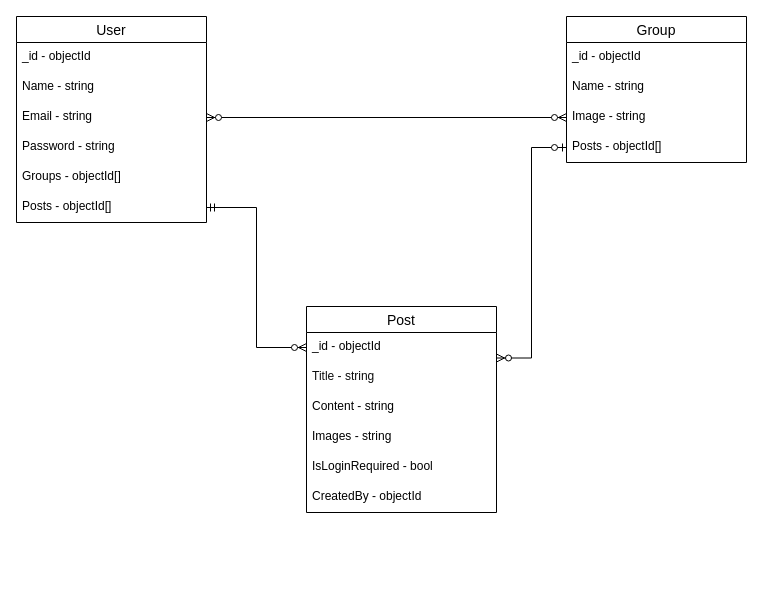
Earlier version of the draw.io diagram attachments/BD2_ER.drawio (EI-2020-Work-Group/BD2-Projeto). Source tidied: cells renumbered, new cells numbered last; positions are measured from the earlier drawing's top-left corner, leaving out a move shared by most shapes. Both pictures are drawn from the tidied source at 100%, with x=0, y=0 at pixel (16, 16).
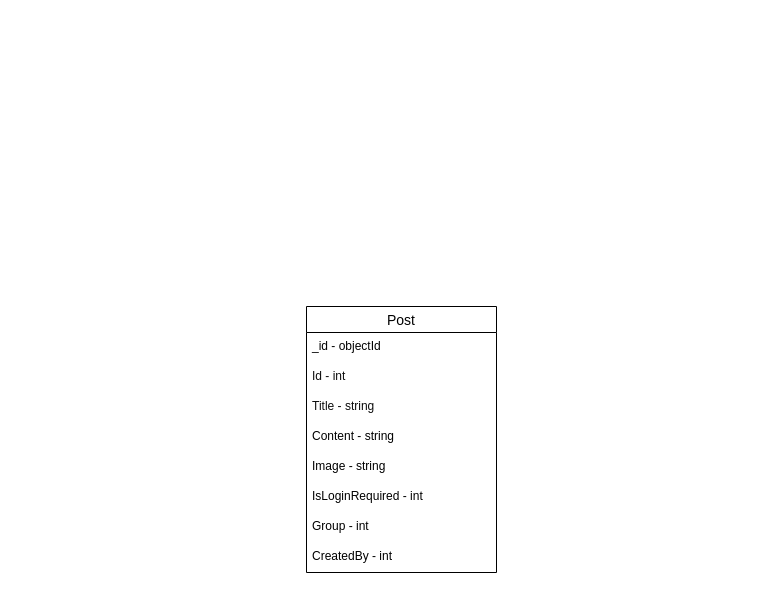
The same page after the edit.

Unchanged cells that the change refers to:
```xml
<mxCell id="16" value="_id - objectId" style="text;strokeColor=none;fillColor=none;spacingLeft=4;spacingRight=4;overflow=hidden;points=[[0,0.5],[1,0.5]];portConstraint=eastwest;fontSize=12;fontStyle=0;" parent="15" vertex="1">
  <mxGeometry y="26" width="190" height="30" as="geometry" />
</mxCell>
```

The edit, as a diff of the source:
```diff
@@
-    <mxCell id="2" value="User" style="swimlane;fontStyle=0;horizontal=1;startSize=26;align=center;fontSize=14;" parent="1" vertex="1">
-      <mxGeometry width="190" height="206" as="geometry" />
-    </mxCell>
-    <mxCell id="3" value="_id - objectId" style="text;strokeColor=none;fillColor=none;spacingLeft=4;spacingRight=4;overflow=hidden;fontSize=12;fontStyle=0;" parent="2" vertex="1">
-      <mxGeometry y="26" width="190" height="30" as="geometry" />
-    </mxCell>
-    <mxCell id="4" value="Name - string" style="text;strokeColor=none;fillColor=none;spacingLeft=4;spacingRight=4;overflow=hidden;fontSize=12;" parent="2" vertex="1">
-      <mxGeometry y="56" width="190" height="30" as="geometry" />
-    </mxCell>
-    <mxCell id="5" value="Email - string" style="text;strokeColor=none;fillColor=none;spacingLeft=4;spacingRight=4;overflow=hidden;points=[[0,0.5],[1,0.5]];portConstraint=eastwest;fontSize=12;" parent="2" vertex="1">
-      <mxGeometry y="86" width="190" height="30" as="geometry" />
-    </mxCell>
-    <mxCell id="6" value="Password - string" style="text;strokeColor=none;fillColor=none;spacingLeft=4;spacingRight=4;overflow=hidden;fontSize=12;" parent="2" vertex="1">
-      <mxGeometry y="116" width="190" height="30" as="geometry" />
-    </mxCell>
-    <mxCell id="7" value="Groups - objectId[]" style="text;strokeColor=none;fillColor=none;spacingLeft=4;spacingRight=4;overflow=hidden;fontSize=12;" parent="2" vertex="1">
-      <mxGeometry y="146" width="190" height="30" as="geometry" />
-    </mxCell>
-    <mxCell id="8" value="Posts - objectId[]" style="text;strokeColor=none;fillColor=none;spacingLeft=4;spacingRight=4;overflow=hidden;points=[[0,0.5],[1,0.5]];portConstraint=eastwest;fontSize=12;" parent="2" vertex="1">
-      <mxGeometry y="176" width="190" height="30" as="geometry" />
-    </mxCell>
-    <mxCell id="9" value="Group" style="swimlane;fontStyle=0;horizontal=1;startSize=26;align=center;fontSize=14;" parent="1" vertex="1">
-      <mxGeometry x="550" width="180" height="146" as="geometry" />
-    </mxCell>
-    <mxCell id="10" value="_id - objectId" style="text;strokeColor=none;fillColor=none;spacingLeft=4;spacingRight=4;overflow=hidden;fontSize=12;fontStyle=0;" parent="9" vertex="1">
-      <mxGeometry y="26" width="180" height="30" as="geometry" />
-    </mxCell>
-    <mxCell id="11" value="Name - string" style="text;strokeColor=none;fillColor=none;spacingLeft=4;spacingRight=4;overflow=hidden;fontSize=12;" parent="9" vertex="1">
-      <mxGeometry y="56" width="180" height="30" as="geometry" />
-    </mxCell>
-    <mxCell id="12" value="Image - string" style="text;strokeColor=none;fillColor=none;spacingLeft=4;spacingRight=4;overflow=hidden;points=[[0,0.5],[1,0.5]];portConstraint=eastwest;fontSize=12;" parent="9" vertex="1">
-      <mxGeometry y="86" width="180" height="30" as="geometry" />
-    </mxCell>
-    <mxCell id="13" value="Posts - objectId[]" style="text;strokeColor=none;fillColor=none;spacingLeft=4;spacingRight=4;overflow=hidden;points=[[0,0.5],[1,0.5]];portConstraint=eastwest;fontSize=12;" parent="9" vertex="1">
-      <mxGeometry y="116" width="180" height="30" as="geometry" />
-    </mxCell>
-    <mxCell id="14" style="edgeStyle=orthogonalEdgeStyle;fontSize=12;html=1;endArrow=ERzeroToMany;endFill=1;startArrow=ERzeroToMany;rounded=0;exitX=0;exitY=0.5;exitDx=0;exitDy=0;entryX=1;entryY=0.5;entryDx=0;entryDy=0;" parent="1" edge="1" source="12" target="5">
-      <mxGeometry relative="1" as="geometry" />
-    </mxCell>
     <mxCell id="15" value="Post" style="swimlane;fontStyle=0;horizontal=1;startSize=26;align=center;fontSize=14;" parent="1" vertex="1">
-      <mxGeometry x="290" y="290" width="190" height="206" as="geometry" />
+      <mxGeometry x="290" y="290" width="190" height="266" as="geometry" />
     </mxCell>
@@
+    <mxCell id="24" value="Id - int" style="text;strokeColor=none;fillColor=none;spacingLeft=4;spacingRight=4;overflow=hidden;fontSize=12;fontColor=#0D0D0D;" parent="15" vertex="1">
+      <mxGeometry y="56" width="190" height="30" as="geometry" />
+    </mxCell>
     <mxCell id="17" value="Title - string" style="text;strokeColor=none;fillColor=none;spacingLeft=4;spacingRight=4;overflow=hidden;fontSize=12;fontColor=#0D0D0D;" parent="15" vertex="1">
-      <mxGeometry y="56" width="190" height="30" as="geometry" />
+      <mxGeometry y="86" width="190" height="30" as="geometry" />
     </mxCell>
     <mxCell id="18" value="Content - string" style="text;strokeColor=none;fillColor=none;spacingLeft=4;spacingRight=4;overflow=hidden;fontSize=12;" parent="15" vertex="1">
-      <mxGeometry y="86" width="190" height="30" as="geometry" />
+      <mxGeometry y="116" width="190" height="30" as="geometry" />
     </mxCell>
-    <mxCell id="19" value="Images - string" style="text;strokeColor=none;fillColor=none;spacingLeft=4;spacingRight=4;overflow=hidden;fontSize=12;" parent="15" vertex="1">
-      <mxGeometry y="116" width="190" height="30" as="geometry" />
+    <mxCell id="19" value="Image - string" style="text;strokeColor=none;fillColor=none;spacingLeft=4;spacingRight=4;overflow=hidden;fontSize=12;" parent="15" vertex="1">
+      <mxGeometry y="146" width="190" height="30" as="geometry" />
     </mxCell>
-    <mxCell id="20" value="IsLoginRequired - bool" style="text;strokeColor=none;fillColor=none;spacingLeft=4;spacingRight=4;overflow=hidden;fontSize=12;" parent="15" vertex="1">
-      <mxGeometry y="146" width="190" height="30" as="geometry" />
+    <mxCell id="20" value="IsLoginRequired - int" style="text;strokeColor=none;fillColor=none;spacingLeft=4;spacingRight=4;overflow=hidden;fontSize=12;" parent="15" vertex="1">
+      <mxGeometry y="176" width="190" height="30" as="geometry" />
     </mxCell>
+    <mxCell id="25" value="Group - int" style="text;strokeColor=none;fillColor=none;spacingLeft=4;spacingRight=4;overflow=hidden;fontSize=12;" parent="15" vertex="1">
+      <mxGeometry y="206" width="190" height="30" as="geometry" />
+    </mxCell>
-    <mxCell id="21" value="CreatedBy - objectId" style="text;strokeColor=none;fillColor=none;spacingLeft=4;spacingRight=4;overflow=hidden;fontSize=12;" parent="15" vertex="1">
-      <mxGeometry y="176" width="190" height="30" as="geometry" />
+    <mxCell id="21" value="CreatedBy - int" style="text;strokeColor=none;fillColor=none;spacingLeft=4;spacingRight=4;overflow=hidden;fontSize=12;" parent="15" vertex="1">
+      <mxGeometry y="236" width="190" height="30" as="geometry" />
     </mxCell>
-    <mxCell id="22" style="edgeStyle=orthogonalEdgeStyle;fontSize=12;html=1;endArrow=ERzeroToMany;startArrow=ERmandOne;rounded=0;fontColor=#0D0D0D;exitX=1;exitY=0.5;exitDx=0;exitDy=0;entryX=0;entryY=0.5;entryDx=0;entryDy=0;" parent="1" edge="1" source="8" target="16">
-      <mxGeometry relative="1" as="geometry" />
-    </mxCell>
-    <mxCell id="23" style="edgeStyle=orthogonalEdgeStyle;fontSize=12;html=1;endArrow=ERzeroToMany;startArrow=ERzeroToOne;rounded=0;fontColor=#0D0D0D;exitX=0;exitY=0.5;exitDx=0;exitDy=0;entryX=1;entryY=0.25;entryDx=0;entryDy=0;" parent="1" edge="1" source="13" target="15">
-      <mxGeometry relative="1" as="geometry" />
-    </mxCell>
```
